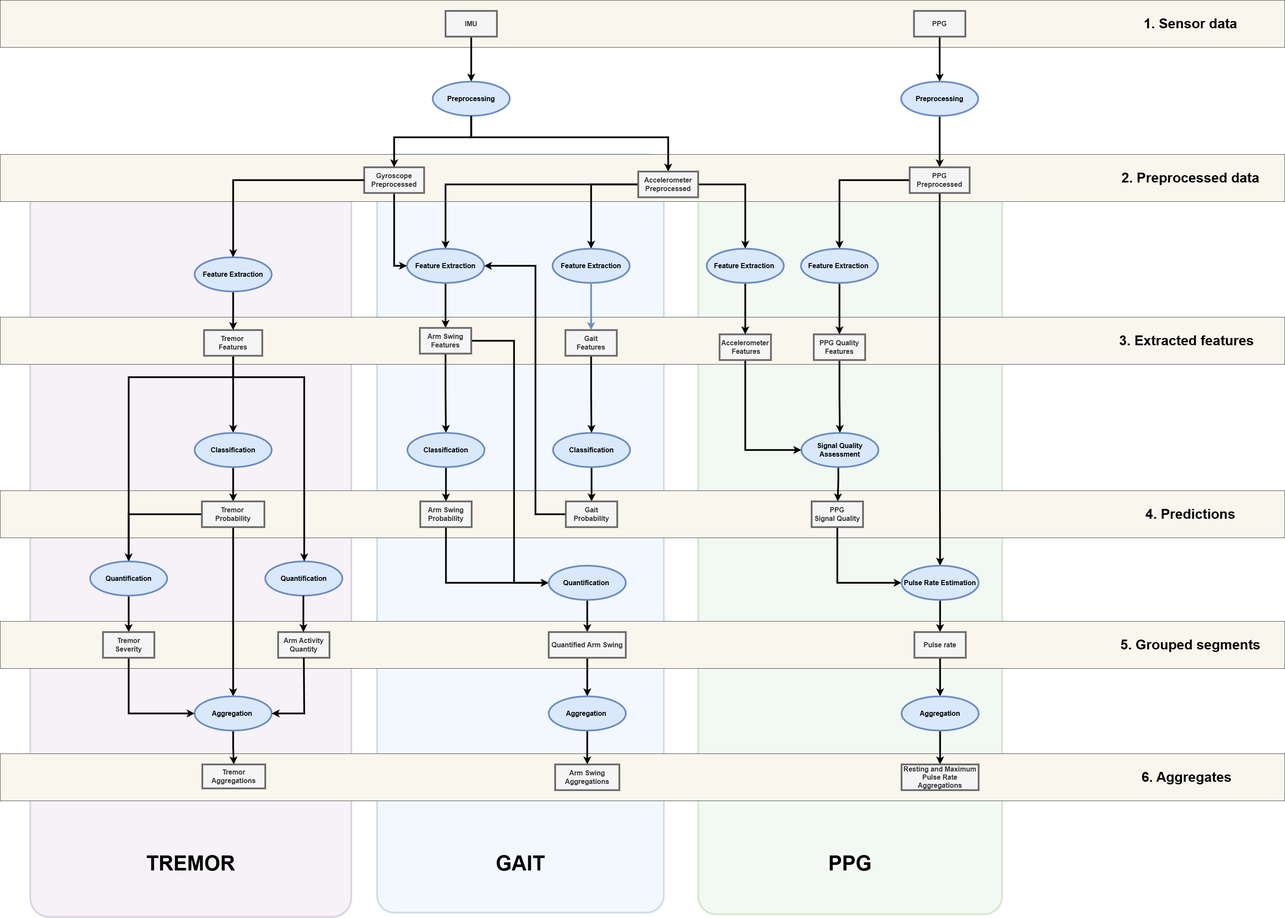
biomarkersParkinson/paradigma keeps this draw.io diagram as docs/source/_static/img/pipeline-architecture.png. Above is the earlier version. Source tidied: cells renumbered, new cells last; positions are measured from the earlier drawing's top-left corner, leaving out a move shared by most shapes.
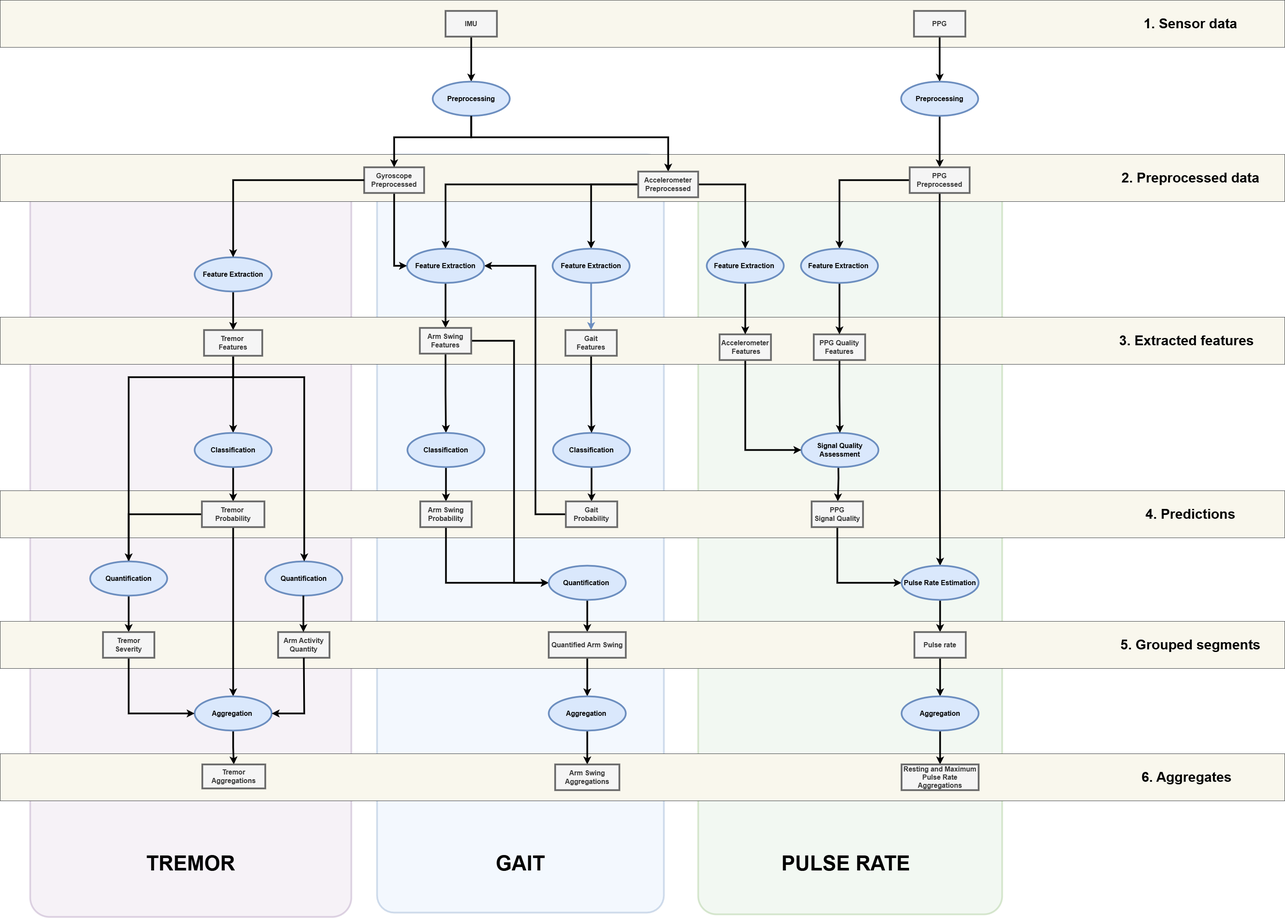
The same file after the commit.

Commit message:
Update architecture diagram

Change to the diagram source:
```diff
@@ -339,8 +339,8 @@
     <mxCell id="91" value="&lt;font style=&quot;font-size: 48px;&quot;&gt;&lt;span&gt;GAIT&lt;/span&gt;&lt;/font&gt;" style="text;html=1;strokeColor=none;fillColor=none;align=center;verticalAlign=middle;whiteSpace=wrap;rounded=0;fontStyle=1;strokeWidth=4;" parent="1" vertex="1">
       <mxGeometry x="1085" y="1970" width="260" height="90" as="geometry" />
     </mxCell>
-    <mxCell id="92" value="&lt;font style=&quot;font-size: 48px;&quot;&gt;&lt;span&gt;PPG&lt;/span&gt;&lt;/font&gt;" style="text;html=1;strokeColor=none;fillColor=none;align=center;verticalAlign=middle;whiteSpace=wrap;rounded=0;fontStyle=1;strokeWidth=4;" parent="1" vertex="1">
-      <mxGeometry x="1855" y="1970" width="260" height="90" as="geometry" />
+    <mxCell id="92" value="&lt;font style=&quot;font-size: 48px;&quot;&gt;&lt;span&gt;PULSE RATE&lt;/span&gt;&lt;/font&gt;" style="text;html=1;strokeColor=none;fillColor=none;align=center;verticalAlign=middle;whiteSpace=wrap;rounded=0;fontStyle=1;strokeWidth=4;" parent="1" vertex="1">
+      <mxGeometry x="1720" y="1970" width="510" height="90" as="geometry" />
     </mxCell>
     <mxCell id="93" value="&lt;span style=&quot;font-size: 32px;&quot;&gt;&lt;span style=&quot;font-size: 32px;&quot;&gt;1. Sensor data&lt;/span&gt;&lt;/span&gt;" style="text;html=1;strokeColor=none;fillColor=none;align=center;verticalAlign=middle;whiteSpace=wrap;rounded=0;fontSize=32;fontStyle=1;strokeWidth=4;" parent="1" vertex="1">
       <mxGeometry x="2650" y="10" width="260" height="90" as="geometry" />
```
